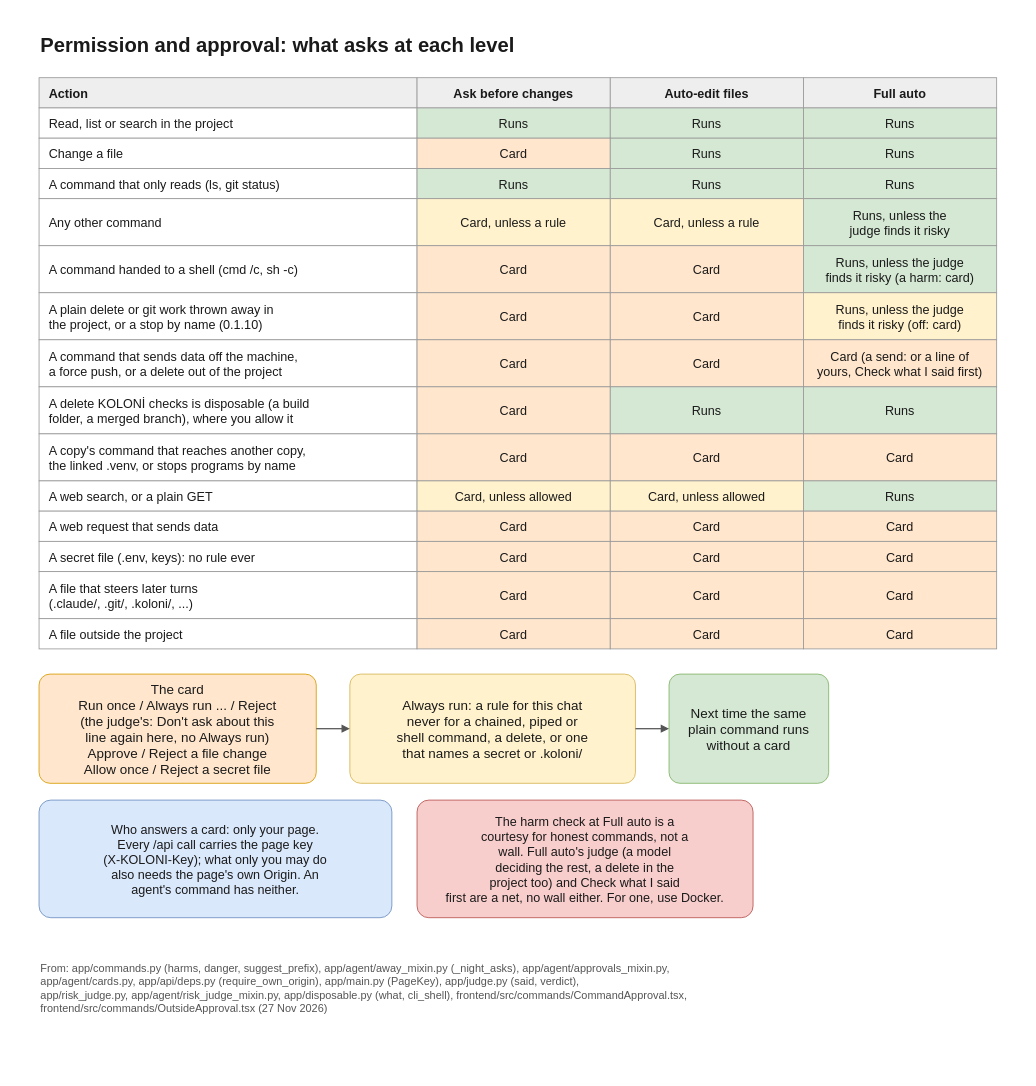
Before: docs/diagrams/permissions.drawio in flyingriverhorse/Koloni, a draw.io diagram. Source tidied: cells renumbered, new cells numbered last; positions are measured from the earlier drawing's top-left corner, leaving out a move shared by most shapes. Both pictures are drawn from the tidied source at 84%, with x=0, y=0 at pixel (13, 13).
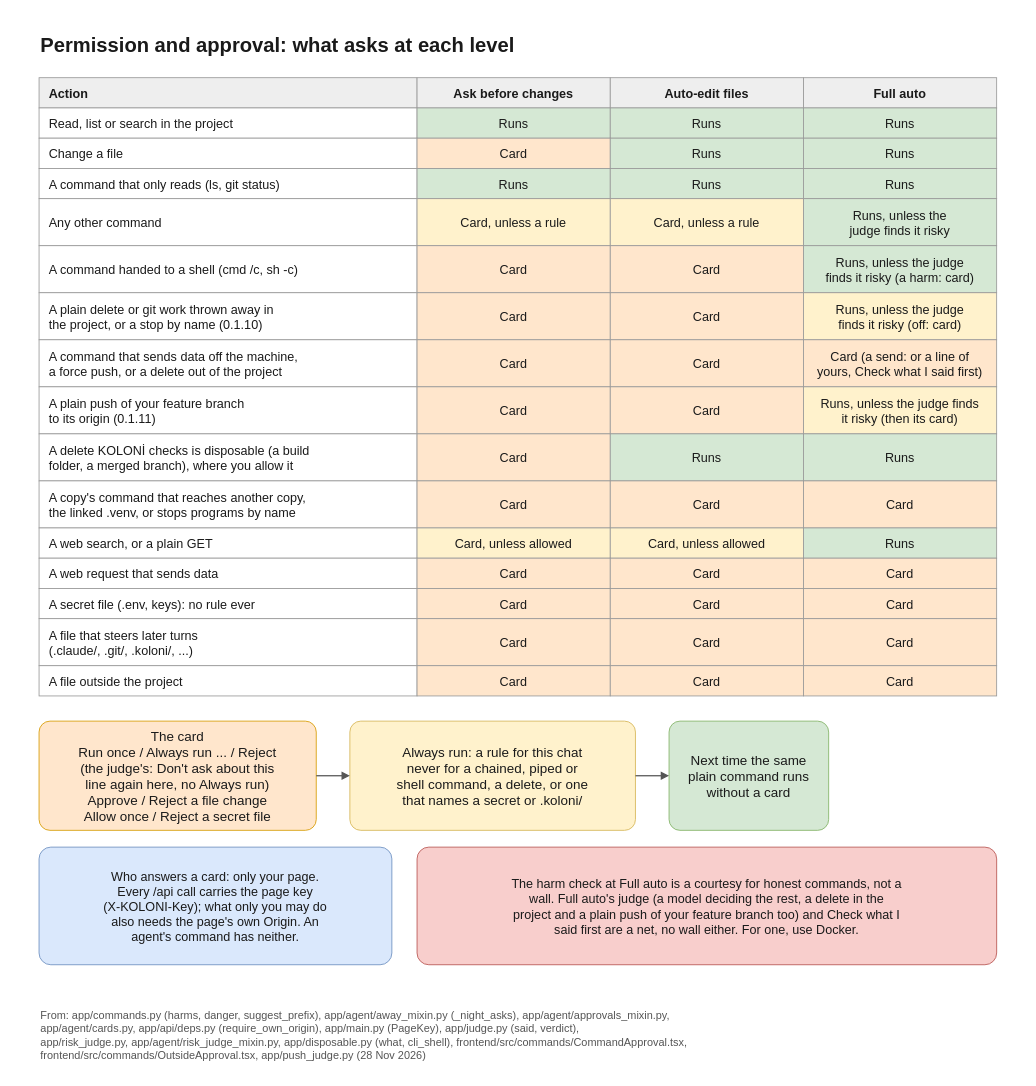
After the change.

What changed in the source:
```diff
@@
     <mxCell id="2" style="rounded=0;fillColor=#ffffff;strokeColor=none;" parent="1" vertex="1">
-      <mxGeometry width="1200" height="1200" as="geometry" />
+      <mxGeometry width="1200" height="1260" as="geometry" />
     </mxCell>
@@
+    <mxCell id="72" value="A plain push of your feature branch&#10;to its origin (0.1.11)" style="rounded=0;fontFamily=Helvetica;fontColor=#1a1a1a;fontSize=15;strokeColor=#999999;fillColor=#ffffff;align=left;spacingLeft=10;" parent="1" vertex="1">
+      <mxGeometry x="30" y="444" width="450" height="56" as="geometry" />
+    </mxCell>
+    <mxCell id="73" value="Card" style="rounded=0;fontFamily=Helvetica;fontColor=#1a1a1a;fontSize=15;strokeColor=#999999;fillColor=#ffe6cc;" parent="1" vertex="1">
+      <mxGeometry x="480" y="444" width="230" height="56" as="geometry" />
+    </mxCell>
+    <mxCell id="74" value="Card" style="rounded=0;fontFamily=Helvetica;fontColor=#1a1a1a;fontSize=15;strokeColor=#999999;fillColor=#ffe6cc;" parent="1" vertex="1">
+      <mxGeometry x="710" y="444" width="230" height="56" as="geometry" />
+    </mxCell>
+    <mxCell id="75" value="Runs, unless the judge finds&#10;it risky (then its card)" style="rounded=0;fontFamily=Helvetica;fontColor=#1a1a1a;fontSize=15;strokeColor=#999999;fillColor=#fff2cc;" parent="1" vertex="1">
+      <mxGeometry x="940" y="444" width="230" height="56" as="geometry" />
+    </mxCell>
     <mxCell id="36" value="A delete KOLONİ checks is disposable (a build&#10;folder, a merged branch), where you allow it" style="rounded=0;fontFamily=Helvetica;fontColor=#1a1a1a;fontSize=15;strokeColor=#999999;fillColor=#ffffff;align=left;spacingLeft=10;" parent="1" vertex="1">
-      <mxGeometry x="30" y="444" width="450" height="56" as="geometry" />
+      <mxGeometry x="30" y="500" width="450" height="56" as="geometry" />
     </mxCell>
     <mxCell id="37" value="Card" style="rounded=0;fontFamily=Helvetica;fontColor=#1a1a1a;fontSize=15;strokeColor=#999999;fillColor=#ffe6cc;" parent="1" vertex="1">
-      <mxGeometry x="480" y="444" width="230" height="56" as="geometry" />
+      <mxGeometry x="480" y="500" width="230" height="56" as="geometry" />
     </mxCell>
     <mxCell id="38" value="Runs" style="rounded=0;fontFamily=Helvetica;fontColor=#1a1a1a;fontSize=15;strokeColor=#999999;fillColor=#d5e8d4;" parent="1" vertex="1">
-      <mxGeometry x="710" y="444" width="230" height="56" as="geometry" />
+      <mxGeometry x="710" y="500" width="230" height="56" as="geometry" />
     </mxCell>
     <mxCell id="39" value="Runs" style="rounded=0;fontFamily=Helvetica;fontColor=#1a1a1a;fontSize=15;strokeColor=#999999;fillColor=#d5e8d4;" parent="1" vertex="1">
-      <mxGeometry x="940" y="444" width="230" height="56" as="geometry" />
+      <mxGeometry x="940" y="500" width="230" height="56" as="geometry" />
     </mxCell>
     <mxCell id="40" value="A copy's command that reaches another copy,&#10;the linked .venv, or stops programs by name" style="rounded=0;fontFamily=Helvetica;fontColor=#1a1a1a;fontSize=15;strokeColor=#999999;fillColor=#ffffff;align=left;spacingLeft=10;" parent="1" vertex="1">
-      <mxGeometry x="30" y="500" width="450" height="56" as="geometry" />
+      <mxGeometry x="30" y="556" width="450" height="56" as="geometry" />
     </mxCell>
     <mxCell id="41" value="Card" style="rounded=0;fontFamily=Helvetica;fontColor=#1a1a1a;fontSize=15;strokeColor=#999999;fillColor=#ffe6cc;" parent="1" vertex="1">
-      <mxGeometry x="480" y="500" width="230" height="56" as="geometry" />
+      <mxGeometry x="480" y="556" width="230" height="56" as="geometry" />
     </mxCell>
     <mxCell id="42" value="Card" style="rounded=0;fontFamily=Helvetica;fontColor=#1a1a1a;fontSize=15;strokeColor=#999999;fillColor=#ffe6cc;" parent="1" vertex="1">
-      <mxGeometry x="710" y="500" width="230" height="56" as="geometry" />
+      <mxGeometry x="710" y="556" width="230" height="56" as="geometry" />
     </mxCell>
     <mxCell id="43" value="Card" style="rounded=0;fontFamily=Helvetica;fontColor=#1a1a1a;fontSize=15;strokeColor=#999999;fillColor=#ffe6cc;" parent="1" vertex="1">
-      <mxGeometry x="940" y="500" width="230" height="56" as="geometry" />
+      <mxGeometry x="940" y="556" width="230" height="56" as="geometry" />
     </mxCell>
     <mxCell id="44" value="A web search, or a plain GET" style="rounded=0;fontFamily=Helvetica;fontColor=#1a1a1a;fontSize=15;strokeColor=#999999;fillColor=#ffffff;align=left;spacingLeft=10;" parent="1" vertex="1">
-      <mxGeometry x="30" y="556" width="450" height="36" as="geometry" />
+      <mxGeometry x="30" y="612" width="450" height="36" as="geometry" />
     </mxCell>
     <mxCell id="45" value="Card, unless allowed" style="rounded=0;fontFamily=Helvetica;fontColor=#1a1a1a;fontSize=15;strokeColor=#999999;fillColor=#fff2cc;" parent="1" vertex="1">
-      <mxGeometry x="480" y="556" width="230" height="36" as="geometry" />
+      <mxGeometry x="480" y="612" width="230" height="36" as="geometry" />
     </mxCell>
     <mxCell id="46" value="Card, unless allowed" style="rounded=0;fontFamily=Helvetica;fontColor=#1a1a1a;fontSize=15;strokeColor=#999999;fillColor=#fff2cc;" parent="1" vertex="1">
-      <mxGeometry x="710" y="556" width="230" height="36" as="geometry" />
+      <mxGeometry x="710" y="612" width="230" height="36" as="geometry" />
     </mxCell>
     <mxCell id="47" value="Runs" style="rounded=0;fontFamily=Helvetica;fontColor=#1a1a1a;fontSize=15;strokeColor=#999999;fillColor=#d5e8d4;" parent="1" vertex="1">
-      <mxGeometry x="940" y="556" width="230" height="36" as="geometry" />
+      <mxGeometry x="940" y="612" width="230" height="36" as="geometry" />
     </mxCell>
     <mxCell id="48" value="A web request that sends data" style="rounded=0;fontFamily=Helvetica;fontColor=#1a1a1a;fontSize=15;strokeColor=#999999;fillColor=#ffffff;align=left;spacingLeft=10;" parent="1" vertex="1">
-      <mxGeometry x="30" y="592" width="450" height="36" as="geometry" />
+      <mxGeometry x="30" y="648" width="450" height="36" as="geometry" />
     </mxCell>
     <mxCell id="49" value="Card" style="rounded=0;fontFamily=Helvetica;fontColor=#1a1a1a;fontSize=15;strokeColor=#999999;fillColor=#ffe6cc;" parent="1" vertex="1">
-      <mxGeometry x="480" y="592" width="230" height="36" as="geometry" />
+      <mxGeometry x="480" y="648" width="230" height="36" as="geometry" />
     </mxCell>
     <mxCell id="50" value="Card" style="rounded=0;fontFamily=Helvetica;fontColor=#1a1a1a;fontSize=15;strokeColor=#999999;fillColor=#ffe6cc;" parent="1" vertex="1">
-      <mxGeometry x="710" y="592" width="230" height="36" as="geometry" />
+      <mxGeometry x="710" y="648" width="230" height="36" as="geometry" />
     </mxCell>
     <mxCell id="51" value="Card" style="rounded=0;fontFamily=Helvetica;fontColor=#1a1a1a;fontSize=15;strokeColor=#999999;fillColor=#ffe6cc;" parent="1" vertex="1">
-      <mxGeometry x="940" y="592" width="230" height="36" as="geometry" />
+      <mxGeometry x="940" y="648" width="230" height="36" as="geometry" />
     </mxCell>
     <mxCell id="52" value="A secret file (.env, keys): no rule ever" style="rounded=0;fontFamily=Helvetica;fontColor=#1a1a1a;fontSize=15;strokeColor=#999999;fillColor=#ffffff;align=left;spacingLeft=10;" parent="1" vertex="1">
-      <mxGeometry x="30" y="628" width="450" height="36" as="geometry" />
+      <mxGeometry x="30" y="684" width="450" height="36" as="geometry" />
     </mxCell>
     <mxCell id="53" value="Card" style="rounded=0;fontFamily=Helvetica;fontColor=#1a1a1a;fontSize=15;strokeColor=#999999;fillColor=#ffe6cc;" parent="1" vertex="1">
-      <mxGeometry x="480" y="628" width="230" height="36" as="geometry" />
+      <mxGeometry x="480" y="684" width="230" height="36" as="geometry" />
     </mxCell>
     <mxCell id="54" value="Card" style="rounded=0;fontFamily=Helvetica;fontColor=#1a1a1a;fontSize=15;strokeColor=#999999;fillColor=#ffe6cc;" parent="1" vertex="1">
-      <mxGeometry x="710" y="628" width="230" height="36" as="geometry" />
+      <mxGeometry x="710" y="684" width="230" height="36" as="geometry" />
     </mxCell>
     <mxCell id="55" value="Card" style="rounded=0;fontFamily=Helvetica;fontColor=#1a1a1a;fontSize=15;strokeColor=#999999;fillColor=#ffe6cc;" parent="1" vertex="1">
-      <mxGeometry x="940" y="628" width="230" height="36" as="geometry" />
+      <mxGeometry x="940" y="684" width="230" height="36" as="geometry" />
     </mxCell>
     <mxCell id="56" value="A file that steers later turns&#10;(.claude/, .git/, .koloni/, ...)" style="rounded=0;fontFamily=Helvetica;fontColor=#1a1a1a;fontSize=15;strokeColor=#999999;fillColor=#ffffff;align=left;spacingLeft=10;" parent="1" vertex="1">
-      <mxGeometry x="30" y="664" width="450" height="56" as="geometry" />
+      <mxGeometry x="30" y="720" width="450" height="56" as="geometry" />
     </mxCell>
     <mxCell id="57" value="Card" style="rounded=0;fontFamily=Helvetica;fontColor=#1a1a1a;fontSize=15;strokeColor=#999999;fillColor=#ffe6cc;" parent="1" vertex="1">
-      <mxGeometry x="480" y="664" width="230" height="56" as="geometry" />
+      <mxGeometry x="480" y="720" width="230" height="56" as="geometry" />
     </mxCell>
     <mxCell id="58" value="Card" style="rounded=0;fontFamily=Helvetica;fontColor=#1a1a1a;fontSize=15;strokeColor=#999999;fillColor=#ffe6cc;" parent="1" vertex="1">
-      <mxGeometry x="710" y="664" width="230" height="56" as="geometry" />
+      <mxGeometry x="710" y="720" width="230" height="56" as="geometry" />
     </mxCell>
     <mxCell id="59" value="Card" style="rounded=0;fontFamily=Helvetica;fontColor=#1a1a1a;fontSize=15;strokeColor=#999999;fillColor=#ffe6cc;" parent="1" vertex="1">
-      <mxGeometry x="940" y="664" width="230" height="56" as="geometry" />
+      <mxGeometry x="940" y="720" width="230" height="56" as="geometry" />
     </mxCell>
     <mxCell id="60" value="A file outside the project" style="rounded=0;fontFamily=Helvetica;fontColor=#1a1a1a;fontSize=15;strokeColor=#999999;fillColor=#ffffff;align=left;spacingLeft=10;" parent="1" vertex="1">
-      <mxGeometry x="30" y="720" width="450" height="36" as="geometry" />
+      <mxGeometry x="30" y="776" width="450" height="36" as="geometry" />
     </mxCell>
     <mxCell id="61" value="Card" style="rounded=0;fontFamily=Helvetica;fontColor=#1a1a1a;fontSize=15;strokeColor=#999999;fillColor=#ffe6cc;" parent="1" vertex="1">
-      <mxGeometry x="480" y="720" width="230" height="36" as="geometry" />
+      <mxGeometry x="480" y="776" width="230" height="36" as="geometry" />
     </mxCell>
     <mxCell id="62" value="Card" style="rounded=0;fontFamily=Helvetica;fontColor=#1a1a1a;fontSize=15;strokeColor=#999999;fillColor=#ffe6cc;" parent="1" vertex="1">
-      <mxGeometry x="710" y="720" width="230" height="36" as="geometry" />
+      <mxGeometry x="710" y="776" width="230" height="36" as="geometry" />
     </mxCell>
     <mxCell id="63" value="Card" style="rounded=0;fontFamily=Helvetica;fontColor=#1a1a1a;fontSize=15;strokeColor=#999999;fillColor=#ffe6cc;" parent="1" vertex="1">
-      <mxGeometry x="940" y="720" width="230" height="36" as="geometry" />
+      <mxGeometry x="940" y="776" width="230" height="36" as="geometry" />
     </mxCell>
     <mxCell id="64" value="The card&#10;Run once / Always run ... / Reject&#10;(the judge's: Don't ask about this&#10;line again here, no Always run)&#10;Approve / Reject a file change&#10;Allow once / Reject a secret file" style="rounded=1;arcSize=10;fillColor=#ffe6cc;strokeColor=#d79b00;fontFamily=Helvetica;fontColor=#1a1a1a;fontSize=16;spacing=6;" parent="1" vertex="1">
-      <mxGeometry x="30" y="786" width="330" height="130" as="geometry" />
+      <mxGeometry x="30" y="842" width="330" height="130" as="geometry" />
     </mxCell>
     <mxCell id="65" value="Always run: a rule for this chat&#10;never for a chained, piped or&#10;shell command, a delete, or one&#10;that names a secret or .koloni/" style="rounded=1;arcSize=10;fillColor=#fff2cc;strokeColor=#d6b656;fontFamily=Helvetica;fontColor=#1a1a1a;fontSize=16;spacing=6;" parent="1" vertex="1">
-      <mxGeometry x="400" y="786" width="340" height="130" as="geometry" />
+      <mxGeometry x="400" y="842" width="340" height="130" as="geometry" />
     </mxCell>
     <mxCell id="66" value="Next time the same&#10;plain command runs&#10;without a card" style="rounded=1;arcSize=10;fillColor=#d5e8d4;strokeColor=#82b366;fontFamily=Helvetica;fontColor=#1a1a1a;fontSize=16;spacing=6;" parent="1" vertex="1">
-      <mxGeometry x="780" y="786" width="190" height="130" as="geometry" />
+      <mxGeometry x="780" y="842" width="190" height="130" as="geometry" />
     </mxCell>
@@
     <mxCell id="69" value="Who answers a card: only your page.&#10;Every /api call carries the page key&#10;(X-KOLONI-Key); what only you may do&#10;also needs the page's own Origin. An&#10;agent's command has neither." style="rounded=1;arcSize=10;fillColor=#dae8fc;strokeColor=#6c8ebf;fontFamily=Helvetica;fontColor=#1a1a1a;fontSize=15;spacing=6;" parent="1" vertex="1">
-      <mxGeometry x="30" y="936" width="420" height="140" as="geometry" />
+      <mxGeometry x="30" y="992" width="420" height="140" as="geometry" />
     </mxCell>
-    <mxCell id="70" value="The harm check at Full auto is a&#10;courtesy for honest commands, not a&#10;wall. Full auto's judge (a model&#10;deciding the rest, a delete in the&#10;project too) and Check what I said&#10;first are a net, no wall either. For one, use Docker." style="rounded=1;arcSize=10;fillColor=#f8cecc;strokeColor=#b85450;fontFamily=Helvetica;fontColor=#1a1a1a;fontSize=15;spacing=6;" parent="1" vertex="1">
-      <mxGeometry x="480" y="936" width="400" height="140" as="geometry" />
+    <mxCell id="70" value="The harm check at Full auto is a courtesy for honest commands, not a&#10;wall. Full auto's judge (a model deciding the rest, a delete in the&#10;project and a plain push of your feature branch too) and Check what I&#10;said first are a net, no wall either. For one, use Docker." style="rounded=1;arcSize=10;fillColor=#f8cecc;strokeColor=#b85450;fontFamily=Helvetica;fontColor=#1a1a1a;fontSize=15;spacing=6;" parent="1" vertex="1">
+      <mxGeometry x="480" y="992" width="690" height="140" as="geometry" />
     </mxCell>
-    <mxCell id="71" value="From: app/commands.py (harms, danger, suggest_prefix), app/agent/away_mixin.py (_night_asks), app/agent/approvals_mixin.py,&#10;app/agent/cards.py, app/api/deps.py (require_own_origin), app/main.py (PageKey), app/judge.py (said, verdict),&#10;app/risk_judge.py, app/agent/risk_judge_mixin.py, app/disposable.py (what, cli_shell), frontend/src/commands/CommandApproval.tsx,&#10;frontend/src/commands/OutsideApproval.tsx (27 Nov 2026)" style="text;strokeColor=none;fillColor=none;fontFamily=Helvetica;fontColor=#555555;fontSize=13;align=left;verticalAlign=top;" parent="1" vertex="1">
-      <mxGeometry x="30" y="1122" width="1140" height="70" as="geometry" />
+    <mxCell id="71" value="From: app/commands.py (harms, danger, suggest_prefix), app/agent/away_mixin.py (_night_asks), app/agent/approvals_mixin.py,&#10;app/agent/cards.py, app/api/deps.py (require_own_origin), app/main.py (PageKey), app/judge.py (said, verdict),&#10;app/risk_judge.py, app/agent/risk_judge_mixin.py, app/disposable.py (what, cli_shell), frontend/src/commands/CommandApproval.tsx,&#10;frontend/src/commands/OutsideApproval.tsx, app/push_judge.py (28 Nov 2026)" style="text;strokeColor=none;fillColor=none;fontFamily=Helvetica;fontColor=#555555;fontSize=13;align=left;verticalAlign=top;" parent="1" vertex="1">
+      <mxGeometry x="30" y="1178" width="1140" height="70" as="geometry" />
     </mxCell>
```
